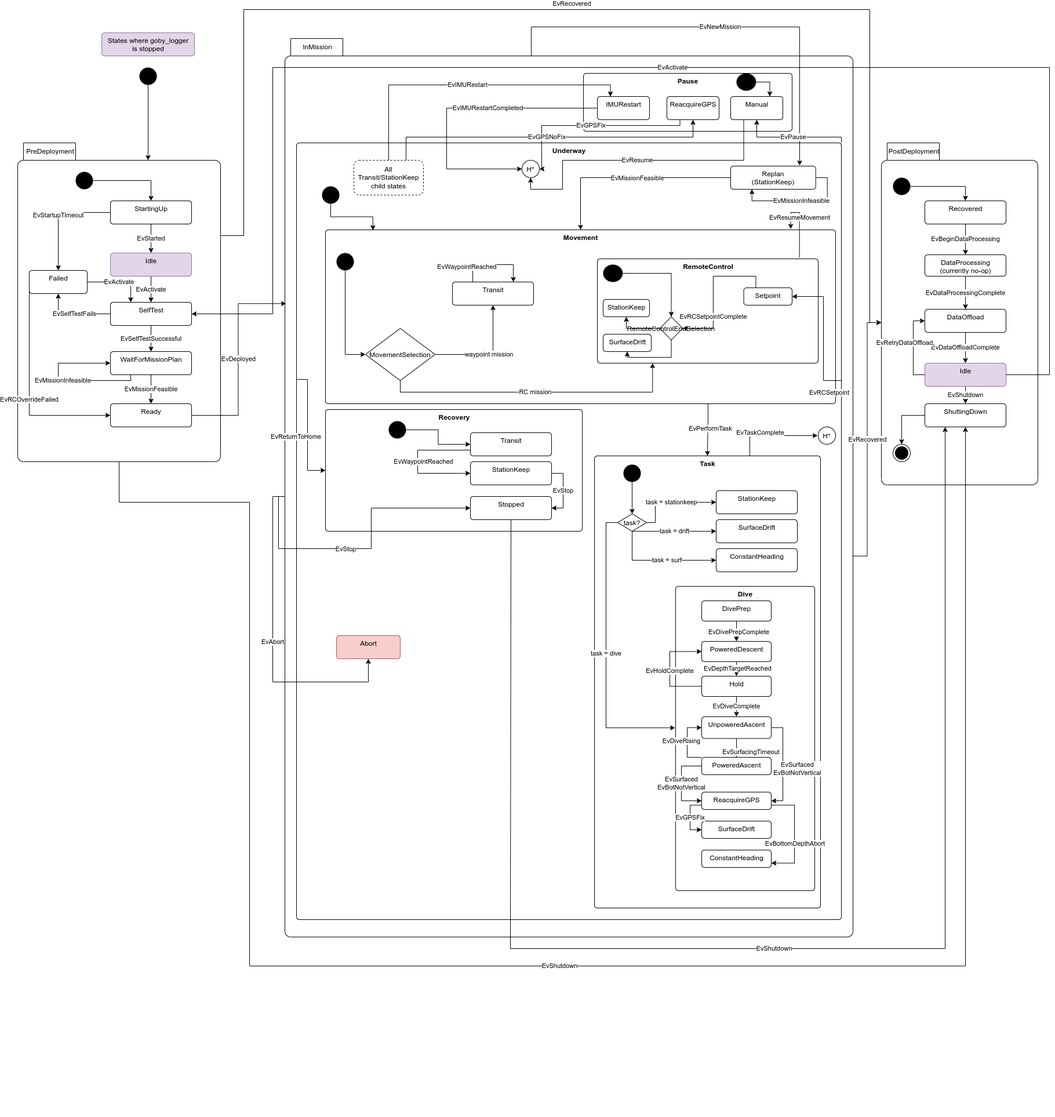
Above: src/doc/figures/mission-states.png in jaiarobotics/jaiabot (draw.io), before the change. Source tidied: cells renumbered, new cells last; positions are measured from the earlier drawing's top-left corner, leaving out a move shared by most shapes.
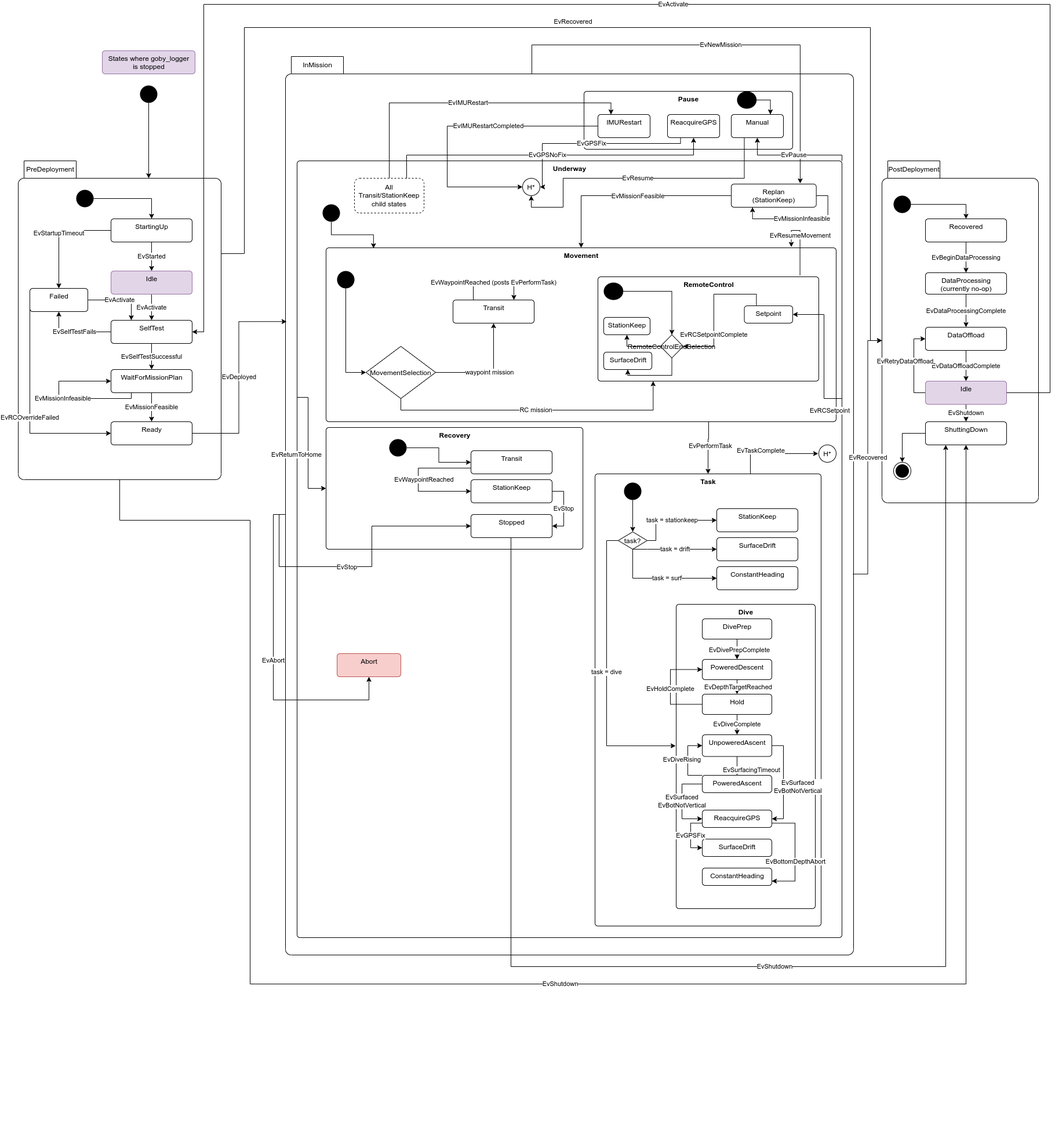
After the commit.

The edit, as a diff of the source:
```diff
@@ -202,8 +202,8 @@
     <mxCell id="54" value="Replan&lt;br&gt;(StationKeep)" style="html=1;align=center;verticalAlign=top;rounded=1;absoluteArcSize=1;arcSize=10;dashed=0;" parent="38" vertex="1">
       <mxGeometry x="539" y="-20" width="146.7" height="40" as="geometry" />
     </mxCell>
-    <mxCell id="55" value="EvWaypointReached" style="edgeStyle=orthogonalEdgeStyle;rounded=0;orthogonalLoop=1;jettySize=auto;html=1;entryX=0.75;entryY=0;entryDx=0;entryDy=0;exitX=0.25;exitY=0;exitDx=0;exitDy=0;" parent="38" edge="1" source="44" target="44">
-      <mxGeometry x="-0.59" y="10" relative="1" as="geometry">
+    <mxCell id="55" value="EvWaypointReached (posts EvPerformTask)" style="edgeStyle=orthogonalEdgeStyle;rounded=0;orthogonalLoop=1;jettySize=auto;html=1;entryX=0.75;entryY=0;entryDx=0;entryDy=0;exitX=0.25;exitY=0;exitDx=0;exitDy=0;" parent="38" edge="1" source="44" target="44">
+      <mxGeometry relative="1" as="geometry">
         <Array as="points">
           <mxPoint x="94" y="150" />
           <mxPoint x="164" y="150" />
@@ -508,9 +508,9 @@
       <mxGeometry relative="1" as="geometry">
         <Array as="points">
           <mxPoint x="1780" y="630" />
-          <mxPoint x="1780" y="100" />
-          <mxPoint x="440" y="100" />
-          <mxPoint x="440" y="525" />
+          <mxPoint x="1780" y="-40" />
+          <mxPoint x="320" y="-40" />
+          <mxPoint x="320" y="525" />
         </Array>
       </mxGeometry>
     </mxCell>
```
